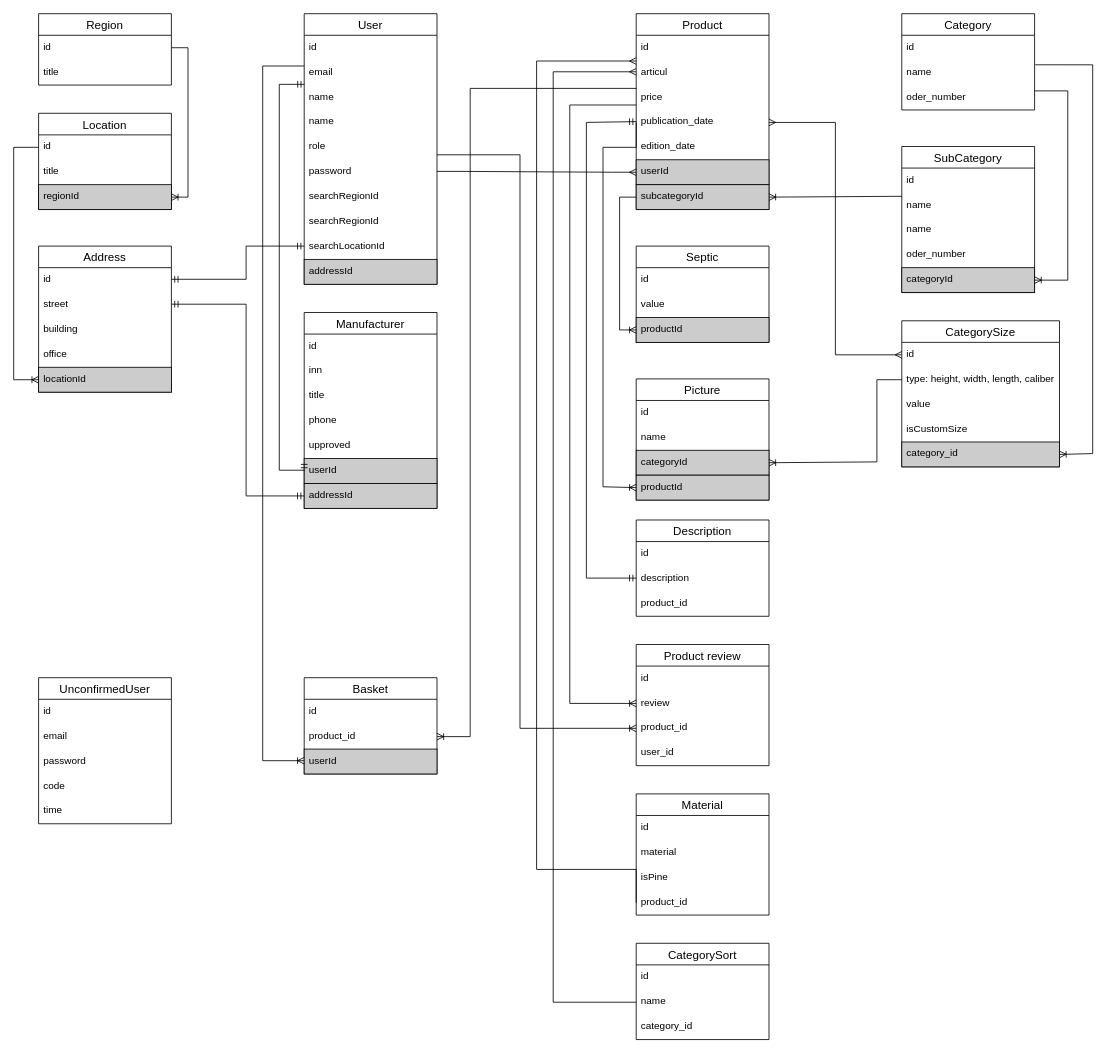
alexeyk500/lesopilka_backend keeps this draw.io diagram as lesopilka.drawio. Above is the earlier version. Source tidied: cells renumbered, new cells numbered last; positions are measured from the earlier drawing's top-left corner, leaving out a move shared by most shapes. Both pictures are drawn from the tidied source at 83%, with x=0, y=0 at pixel (13, 13).
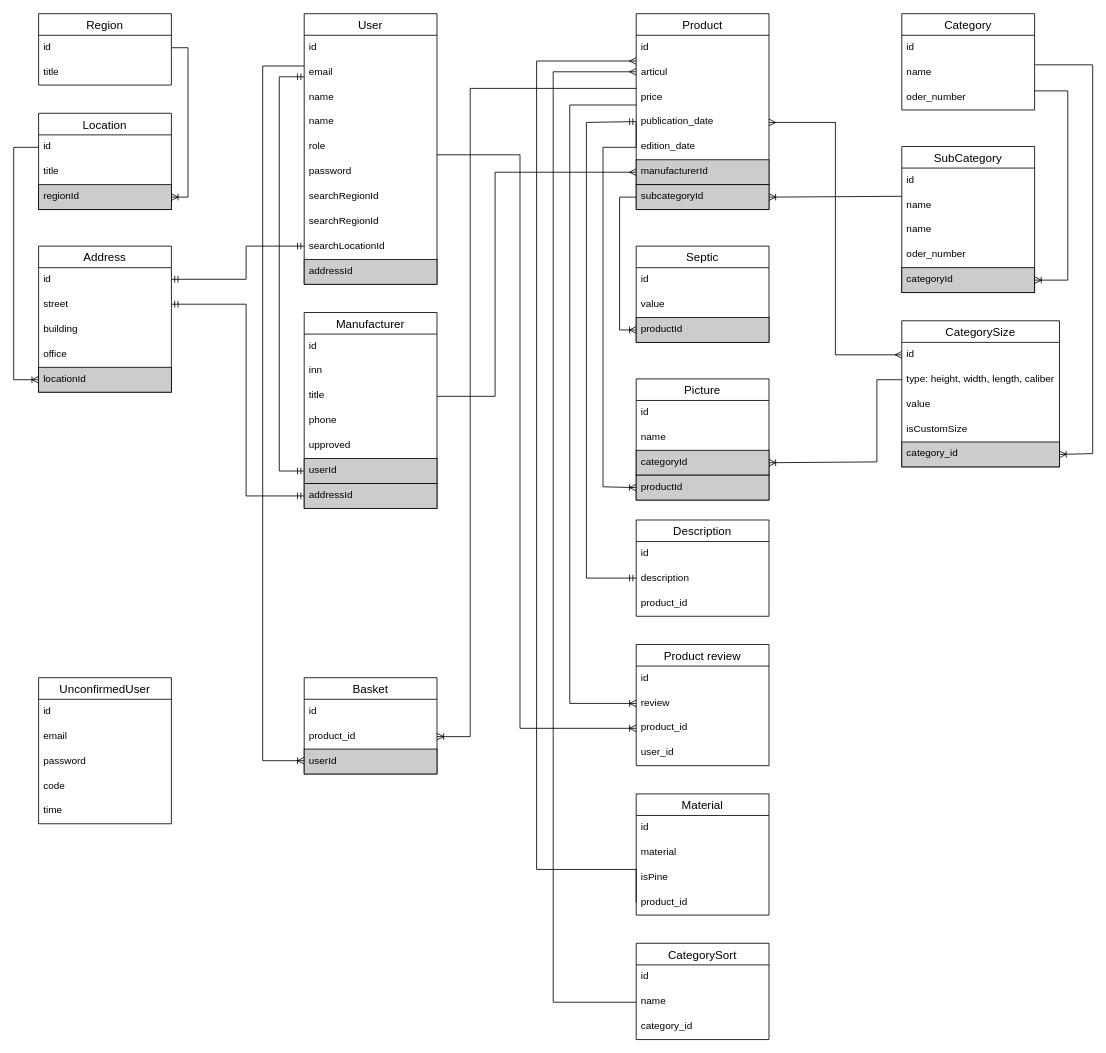
The same diagram, later.

The change refers to these unchanged cells:
```xml
<mxCell id="18" value="name" style="text;strokeColor=none;fillColor=none;spacingLeft=4;spacingRight=4;overflow=hidden;points=[[0,0.5],[1,0.5]];portConstraint=eastwest;fontSize=12;" parent="15" vertex="1">
  <mxGeometry y="86" width="160" height="30" as="geometry" />
</mxCell>
<mxCell id="31" value="Product" style="swimlane;fontStyle=0;horizontal=1;startSize=26;align=center;fontSize=14;" parent="1" vertex="1">
  <mxGeometry x="750" width="160" height="236" as="geometry" />
</mxCell>
<mxCell id="107" value="title" style="text;strokeColor=none;fillColor=none;spacingLeft=4;spacingRight=4;overflow=hidden;points=[[0,0.5],[1,0.5]];portConstraint=eastwest;fontSize=12;" parent="104" vertex="1">
  <mxGeometry y="86" width="160" height="30" as="geometry" />
</mxCell>
<mxCell id="110" value="userId&#10;" style="text;spacingLeft=4;spacingRight=4;overflow=hidden;points=[[0,0.5],[1,0.5]];portConstraint=eastwest;fontSize=12;fillColor=#CCCCCC;strokeColor=default;" parent="104" vertex="1">
  <mxGeometry y="176" width="160" height="30" as="geometry" />
</mxCell>
```

Change to the diagram source:
```diff
@@
-    <mxCell id="37" value="userId" style="text;strokeColor=default;fillColor=#CCCCCC;spacingLeft=4;spacingRight=4;overflow=hidden;points=[[0,0.5],[1,0.5]];portConstraint=eastwest;fontSize=12;" parent="31" vertex="1">
+    <mxCell id="37" value="manufacturerId" style="text;strokeColor=default;fillColor=#CCCCCC;spacingLeft=4;spacingRight=4;overflow=hidden;points=[[0,0.5],[1,0.5]];portConstraint=eastwest;fontSize=12;" parent="31" vertex="1">
       <mxGeometry y="176" width="160" height="30" as="geometry" />
     </mxCell>
@@
-    <mxCell id="51" style="edgeStyle=entityRelationEdgeStyle;fontSize=12;html=1;endArrow=ERmany;rounded=0;fontFamily=Helvetica;fontColor=default;entryX=0;entryY=0.5;entryDx=0;entryDy=0;" parent="1" edge="1" target="37">
+    <mxCell id="51" style="edgeStyle=orthogonalEdgeStyle;fontSize=12;html=1;endArrow=ERmany;rounded=0;fontFamily=Helvetica;fontColor=default;entryX=0;entryY=0.5;entryDx=0;entryDy=0;exitX=1;exitY=0.5;exitDx=0;exitDy=0;" parent="1" edge="1" source="107" target="37">
       <mxGeometry relative="1" as="geometry">
-        <mxPoint x="510" y="190" as="sourcePoint" />
+        <Array as="points">
+          <mxPoint x="580" y="461" />
+          <mxPoint x="580" y="191" />
+        </Array>
       </mxGeometry>
     </mxCell>
@@
-    <mxCell id="114" style="edgeStyle=orthogonalEdgeStyle;fontSize=12;html=1;endArrow=ERmandOne;startArrow=ERmandOne;rounded=0;entryX=0.001;entryY=-0.029;entryDx=0;entryDy=0;entryPerimeter=0;exitX=0;exitY=0.5;exitDx=0;exitDy=0;" parent="1" edge="1" source="110" target="18">
+    <mxCell id="114" style="edgeStyle=orthogonalEdgeStyle;fontSize=12;html=1;endArrow=ERmandOne;startArrow=ERmandOne;rounded=0;exitX=0;exitY=0.5;exitDx=0;exitDy=0;" parent="1" edge="1" source="110">
       <mxGeometry relative="1" as="geometry">
+        <mxPoint x="350" y="76" as="targetPoint" />
         <Array as="points">
-          <mxPoint x="320" y="550" />
-          <mxPoint x="320" y="85" />
+          <mxPoint x="320" y="551" />
+          <mxPoint x="320" y="76" />
+          <mxPoint x="350" y="76" />
         </Array>
       </mxGeometry>
     </mxCell>
```
